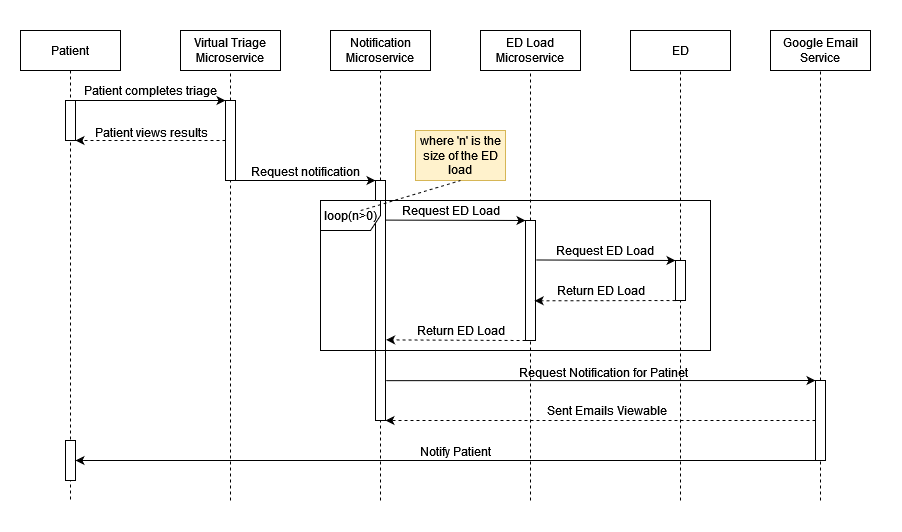
Earlier version of the draw.io export Assets/PatientNotificationSequenceDiagram.drawio.png (uvic-teach/project-m1-team9). Source tidied: cells renumbered, new cells last; positions are measured from the earlier drawing's top-left corner, leaving out a move shared by most shapes.
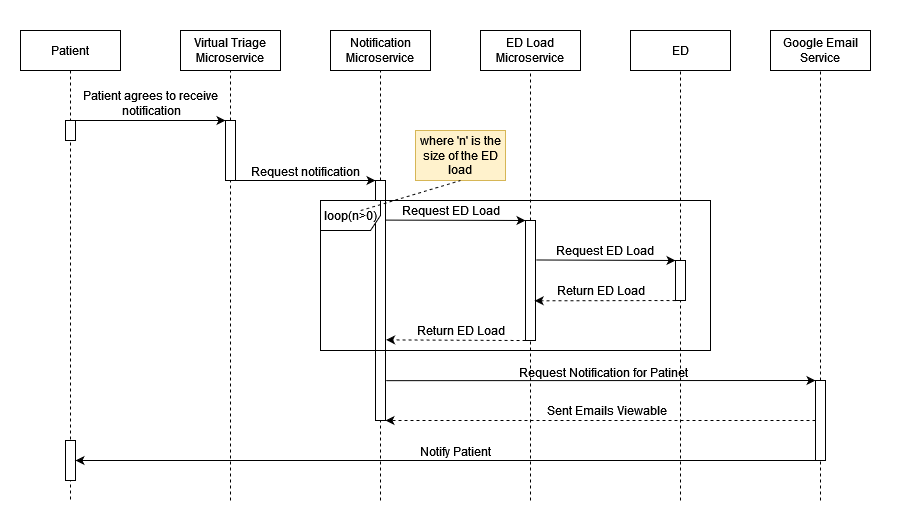
The same diagram one commit later.

Diff of the diagram source:
```diff
@@ -27,7 +27,7 @@
       <mxGeometry relative="1" as="geometry" />
     </mxCell>
     <mxCell id="10" style="rounded=0;whiteSpace=wrap;html=1;" parent="1" vertex="1">
-      <mxGeometry x="65" y="100" width="10" height="40" as="geometry" />
+      <mxGeometry x="65" y="120" width="10" height="20" as="geometry" />
     </mxCell>
     <mxCell id="11" value="&lt;div&gt;Virtual Triage&lt;/div&gt;&lt;div&gt;Microservice&lt;br&gt; &lt;/div&gt;" style="rounded=0;whiteSpace=wrap;html=1;" parent="1" vertex="1">
       <mxGeometry x="180" y="30" width="100" height="40" as="geometry" />
@@ -41,14 +41,11 @@
       </mxGeometry>
     </mxCell>
     <mxCell id="14" style="rounded=0;whiteSpace=wrap;html=1;" parent="1" vertex="1">
-      <mxGeometry x="225" y="100" width="10" height="80" as="geometry" />
+      <mxGeometry x="225" y="120" width="10" height="60" as="geometry" />
     </mxCell>
-    <mxCell id="15" style="endArrow=classic;html=1;rounded=0;exitX=0.75;exitY=0;exitDx=0;exitDy=0;entryX=0;entryY=0;entryDx=0;entryDy=0;" parent="1" edge="1" source="10" target="14">
+    <mxCell id="15" style="endArrow=classic;html=1;rounded=0;exitX=1;exitY=0;exitDx=0;exitDy=0;entryX=0;entryY=0;entryDx=0;entryDy=0;" parent="1" edge="1" source="10" target="14">
       <mxGeometry relative="1" as="geometry" />
     </mxCell>
-    <mxCell id="16" style="endArrow=classic;html=1;rounded=0;dashed=1;entryX=1;entryY=1;entryDx=0;entryDy=0;exitX=0;exitY=0.5;exitDx=0;exitDy=0;" parent="1" edge="1" source="14" target="10">
-      <mxGeometry relative="1" as="geometry" />
-    </mxCell>
     <mxCell id="17" style="endArrow=none;dashed=1;html=1;rounded=0;entryX=0.5;entryY=1;entryDx=0;entryDy=0;" parent="1" edge="1" target="18">
       <mxGeometry relative="1" as="geometry">
         <mxPoint x="680" y="500" as="sourcePoint" />
@@ -114,12 +111,9 @@
     <mxCell id="35" style="endArrow=classic;html=1;rounded=0;exitX=0;exitY=1;exitDx=0;exitDy=0;entryX=1;entryY=0.5;entryDx=0;entryDy=0;" parent="1" edge="1" source="30" target="34">
       <mxGeometry relative="1" as="geometry" />
     </mxCell>
-    <mxCell id="36" value="Patient completes triage" style="text;html=1;align=center;verticalAlign=middle;strokeColor=none;fillColor=none;" parent="1" vertex="1">
-      <mxGeometry x="70" y="75" width="160" height="30" as="geometry" />
+    <mxCell id="36" value="&lt;div&gt;Patient agrees to receive&amp;nbsp;&lt;/div&gt;&lt;div&gt;notification&lt;/div&gt;" style="text;html=1;align=center;verticalAlign=middle;strokeColor=none;fillColor=none;" parent="1" vertex="1">
+      <mxGeometry x="71" y="83" width="160" height="40" as="geometry" />
     </mxCell>
-    <mxCell id="37" value="Patient views results" style="text;html=1;align=center;verticalAlign=middle;strokeColor=none;fillColor=none;" parent="1" vertex="1">
-      <mxGeometry x="81" y="117" width="140" height="30" as="geometry" />
-    </mxCell>
     <mxCell id="38" value="Request notification" style="text;html=1;align=center;verticalAlign=middle;strokeColor=none;fillColor=none;" parent="1" vertex="1">
       <mxGeometry x="240" y="156" width="130" height="30" as="geometry" />
     </mxCell>
```
